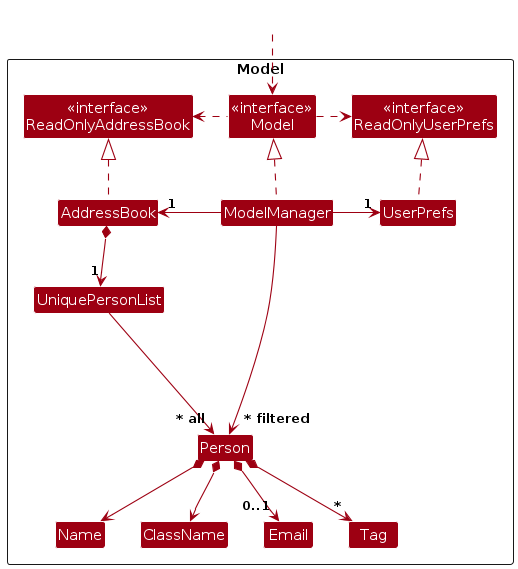
AY2627S1-CS2103-F09-1/tp keeps this PlantUML diagram as diagrams/ModelClassDiagram.png. Above is the earlier version. Its source is kept beside it as diagrams/ModelClassDiagram.puml.
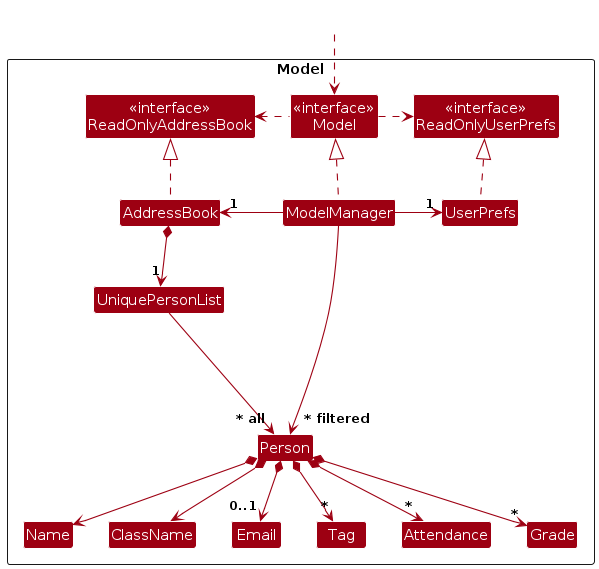
Above is the later version.

What changed in the source:
```diff
@@ -18,6 +18,8 @@
 Class Email
 Class Name
 Class Tag
+Class Attendance
+Class Grade
 
 Class I #FFFFFF
 }
@@ -40,6 +42,8 @@
 Person *--> ClassName
 Person *--> "0..1" Email
 Person *--> "*" Tag
+Person *--> "*" Attendance
+Person *--> "*" Grade
 
 Person -[hidden]up--> I
 UniquePersonList -[hidden]right-> I
```
